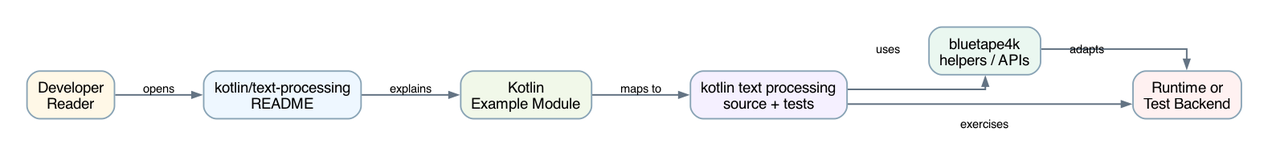
The Graphviz diagram docs/images/readme-diagrams/kotlin-text-processing-readme-architecture-01.png in bluetape4k/bluetape4k-workshop, before a commit. Its source is kept beside it as docs/images/readme-diagrams/kotlin-text-processing-readme-architecture-01.dot. Source of this version:
```dot
digraph G {
  graph [
    rankdir=LR,
    bgcolor="white",
    pad="0.35",
    nodesep="0.55",
    ranksep="0.75",
    splines=ortho,
    outputorder=edgesfirst
  ];
  node [
    shape=box,
    style="rounded,filled",
    penwidth=1.4,
    color="#88A3B5",
    fillcolor="#F6FAFF",
    fontname="Helvetica",
    fontsize=14,
    margin="0.14,0.10"
  ];
  edge [
    color="#637383",
    arrowsize=0.8,
    penwidth=1.5,
    fontname="Helvetica",
    fontsize=11
  ];

  reader [label="Developer\nReader", fillcolor="#FFF8E7"];
  readme [label="kotlin/text-processing\nREADME", fillcolor="#EEF7FF"];
  module [label="Kotlin\nExample Module", fillcolor="#F1F8E9"];
  source [label="kotlin text processing\nsource + tests", fillcolor="#F5F0FF"];
  bt [label="bluetape4k\nhelpers / APIs", fillcolor="#EAF7F0"];
  runtime [label="Runtime or\nTest Backend", fillcolor="#FFF1F1"];

  reader -> readme [label="opens"];
  readme -> module [label="explains"];
  module -> source [label="maps to"];
  source -> bt [label="uses"];
  source -> runtime [label="exercises"];
  bt -> runtime [label="adapts"];
}
```
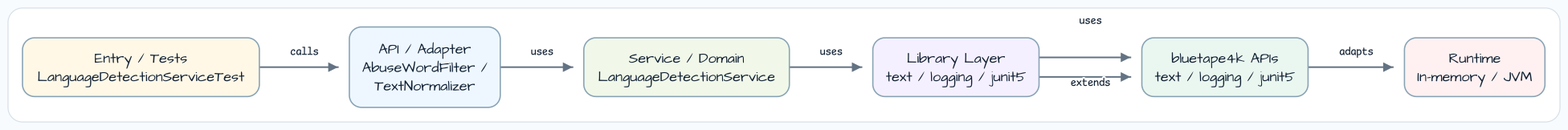
After the commit.

What changed in the source:
```diff
@@ -14,7 +14,7 @@
     penwidth=1.4,
     color="#88A3B5",
     fillcolor="#F6FAFF",
-    fontname="Helvetica",
+    fontname="Architects Daughter",
     fontsize=14,
     margin="0.14,0.10"
   ];
@@ -22,21 +22,21 @@
     color="#637383",
     arrowsize=0.8,
     penwidth=1.5,
-    fontname="Helvetica",
+    fontname="Comic Mono",
     fontsize=11
   ];
 
-  reader [label="Developer\nReader", fillcolor="#FFF8E7"];
-  readme [label="kotlin/text-processing\nREADME", fillcolor="#EEF7FF"];
-  module [label="Kotlin\nExample Module", fillcolor="#F1F8E9"];
-  source [label="kotlin text processing\nsource + tests", fillcolor="#F5F0FF"];
-  bt [label="bluetape4k\nhelpers / APIs", fillcolor="#EAF7F0"];
-  runtime [label="Runtime or\nTest Backend", fillcolor="#FFF1F1"];
+  entry [label="Entry / Tests\nLanguageDetectionServiceTest", fillcolor="#FFF8E7"];
+  api [label="API / Adapter\nAbuseWordFilter /\nTextNormalizer", fillcolor="#EEF7FF"];
+  service [label="Service / Domain\nLanguageDetectionService", fillcolor="#F1F8E9"];
+  infra [label="Library Layer\ntext / logging / junit5", fillcolor="#F5F0FF"];
+  bt [label="bluetape4k APIs\ntext / logging / junit5", fillcolor="#EAF7F0"];
+  runtime [label="Runtime\nIn-memory / JVM", fillcolor="#FFF1F1"];
 
-  reader -> readme [label="opens"];
-  readme -> module [label="explains"];
-  module -> source [label="maps to"];
-  source -> bt [label="uses"];
-  source -> runtime [label="exercises"];
+  entry -> api [label="calls"];
+  api -> service [label="uses"];
+  service -> infra [label="uses"];
+  infra -> bt [label="uses"];
+  infra -> bt [label="extends"];
   bt -> runtime [label="adapts"];
 }
```
